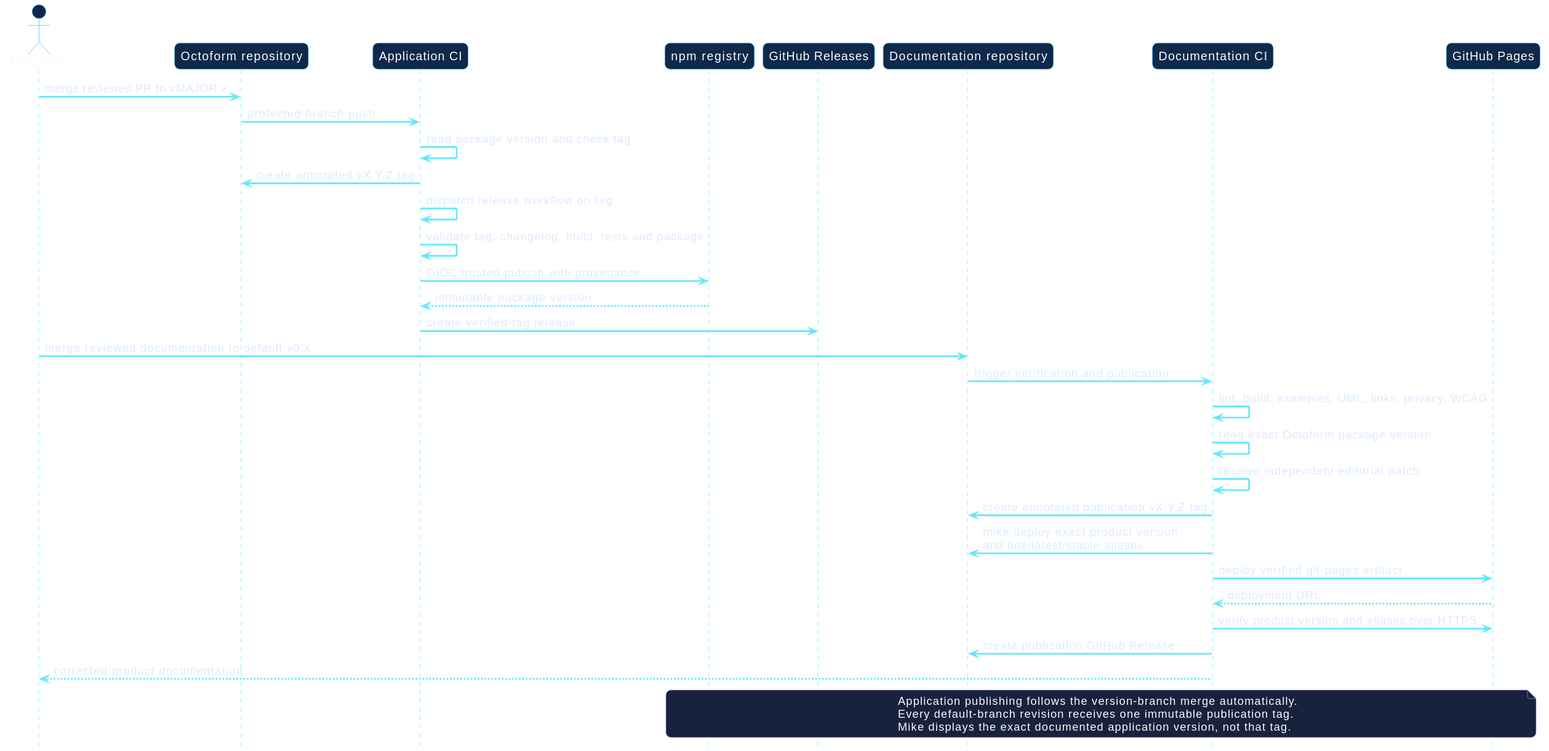
This is docs/assets/diagrams/release-pipelines.svg from hector-ae21/octoform-docs, a PlantUML export, as it was before one commit.
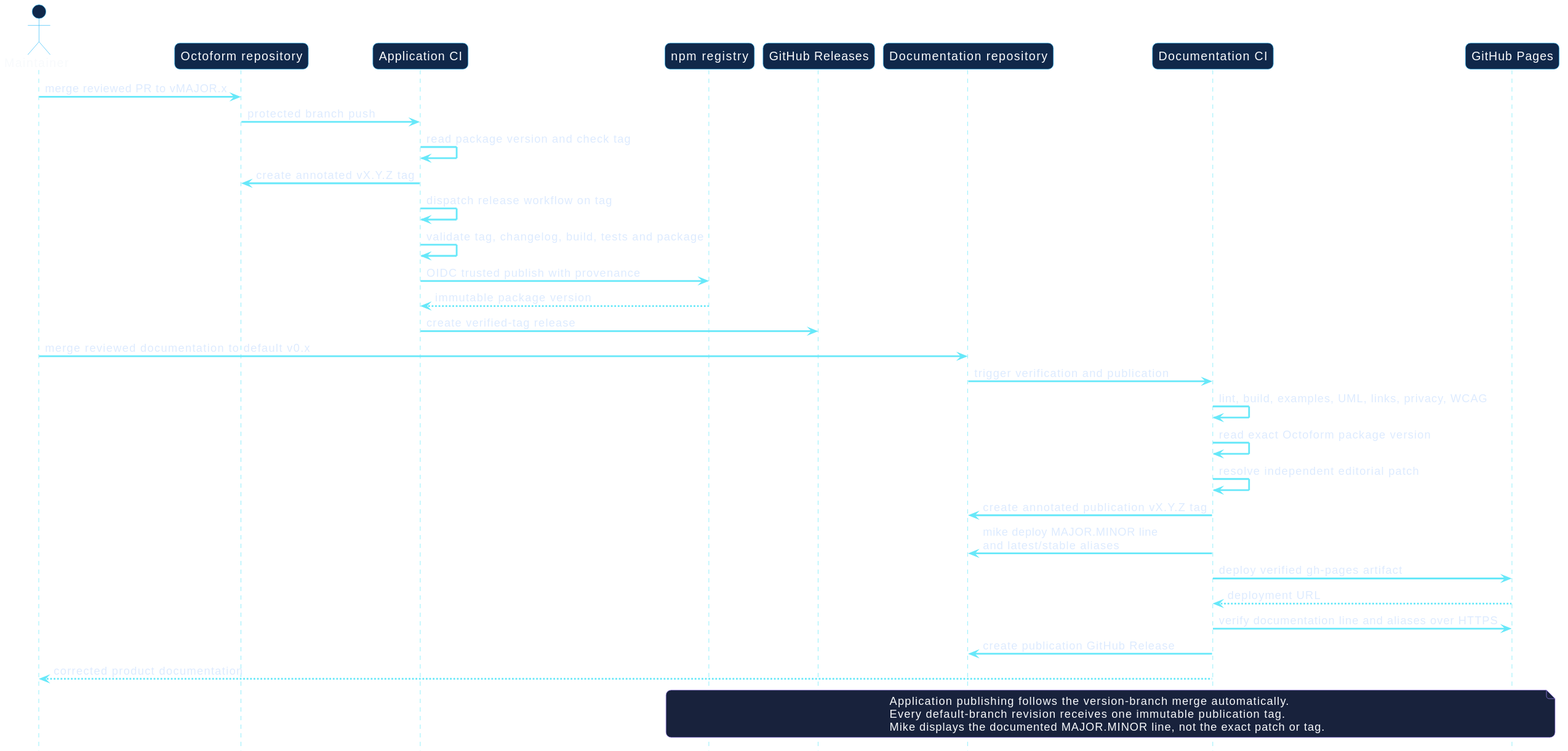
After the commit.

What changed in the source:
```diff
@@ -27,16 +27,16 @@
 DocsCI -> DocsCI : read exact Octoform package version
 DocsCI -> DocsCI : resolve independent editorial patch
 DocsCI -> DocsRepo : create annotated publication vX.Y.Z tag
-DocsCI -> DocsRepo : mike deploy exact product version\nand line/latest/stable aliases
+DocsCI -> DocsRepo : mike deploy MAJOR.MINOR line\nand latest/stable aliases
 DocsCI -> Pages : deploy verified gh-pages artifact
 Pages --> DocsCI : deployment URL
-DocsCI -> Pages : verify product version and aliases over HTTPS
+DocsCI -> Pages : verify documentation line and aliases over HTTPS
 DocsCI -> DocsRepo : create publication GitHub Release
 DocsCI --> Maintainer : corrected product documentation
 
 note over NPM, Pages
   Application publishing follows the version-branch merge automatically.
   Every default-branch revision receives one immutable publication tag.
-  Mike displays the exact documented application version, not that tag.
+  Mike displays the documented MAJOR.MINOR line, not the exact patch or tag.
 end note
 @enduml
```
